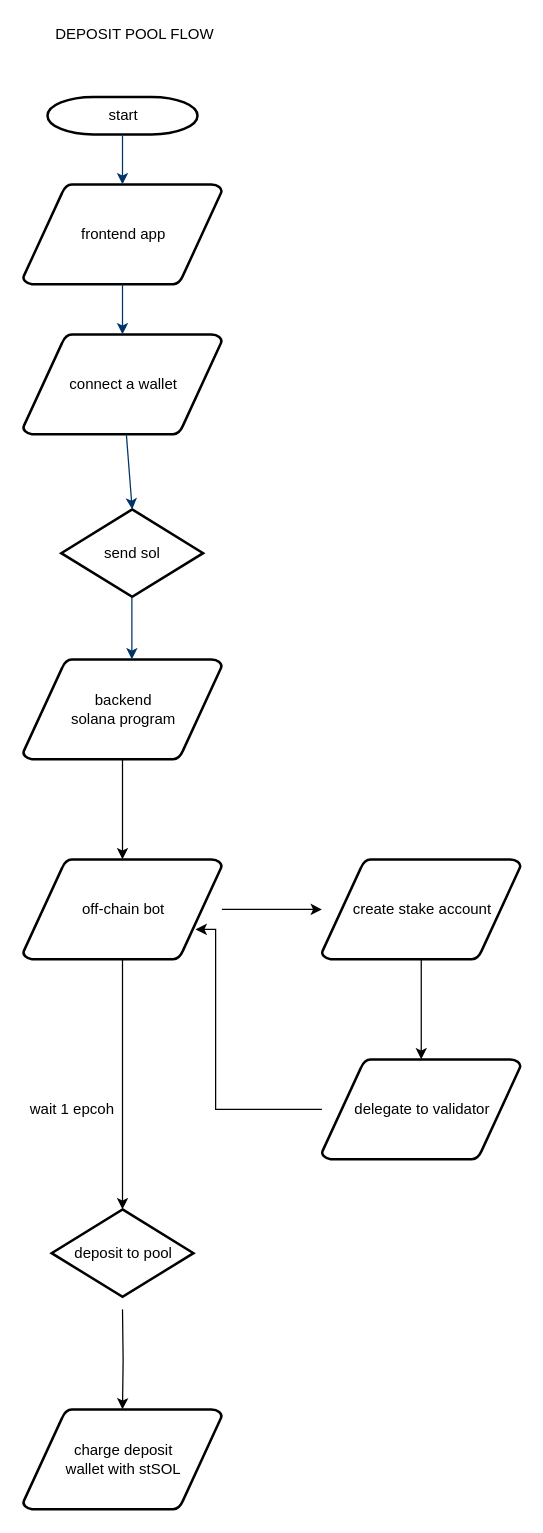
Above: page "visualized design" (1 of 2) of Untitled Diagram.drawio in AC-devon/jetter (draw.io), before the change. Source tidied: cells renumbered, new cells numbered last; positions are measured from the earlier drawing's top-left corner, leaving out a move shared by most shapes. Both pictures are drawn from the tidied source at 125%, with x=0, y=0 at pixel (21, 21).
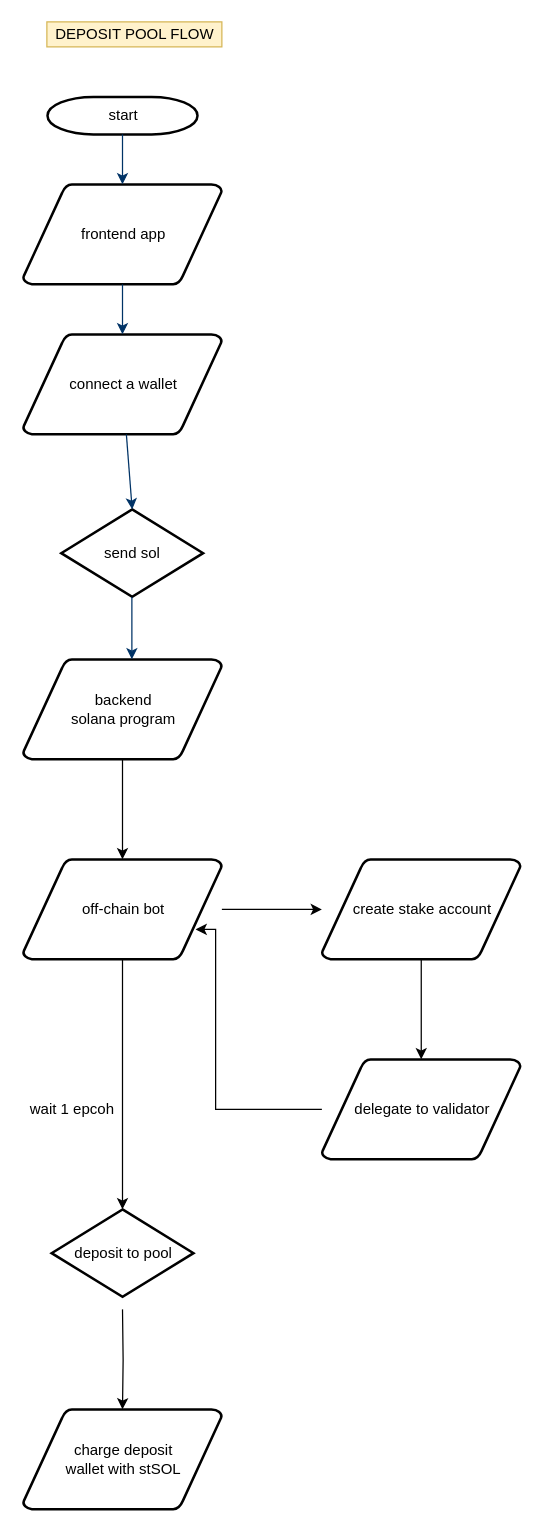
After the change.

What changed in the source:
```diff
@@
-    <mxCell id="22" value="DEPOSIT POOL FLOW" style="text;html=1;align=center;verticalAlign=middle;" parent="1" vertex="1">
+    <mxCell id="22" value="DEPOSIT POOL FLOW" style="text;html=1;align=center;verticalAlign=middle;fillColor=#fff2cc;strokeColor=#d6b656;" parent="1" vertex="1">
       <mxGeometry x="20" width="140" height="20" as="geometry" />
     </mxCell>
```
